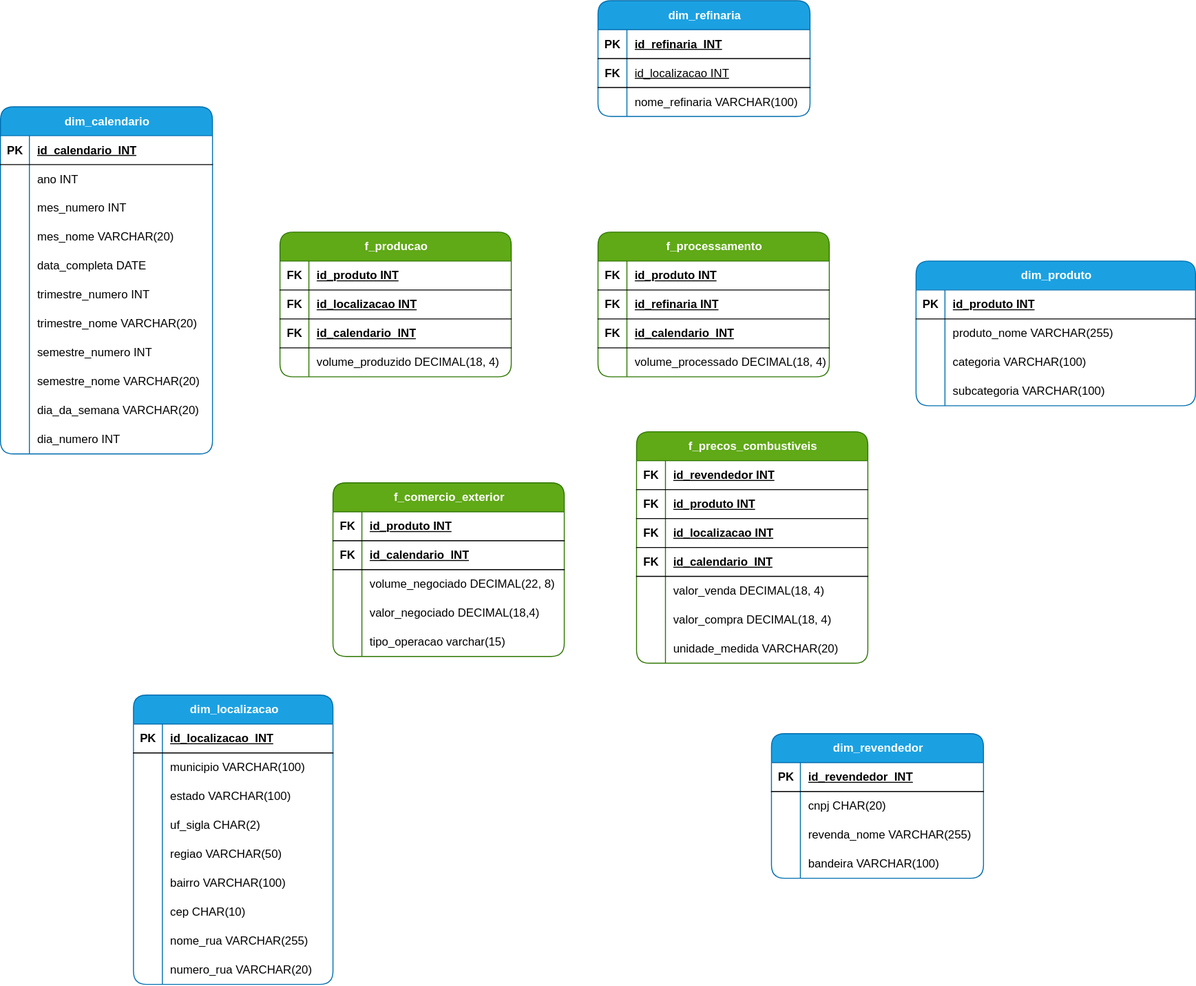
The draw.io diagram Assets/SchemaDados.drawio.svg in marlonportotorres4/Projeto-dados-Estagio-supervisionado, before a commit. Source tidied: cells renumbered, new cells last; positions are measured from the earlier drawing's top-left corner, leaving out a move shared by most shapes.
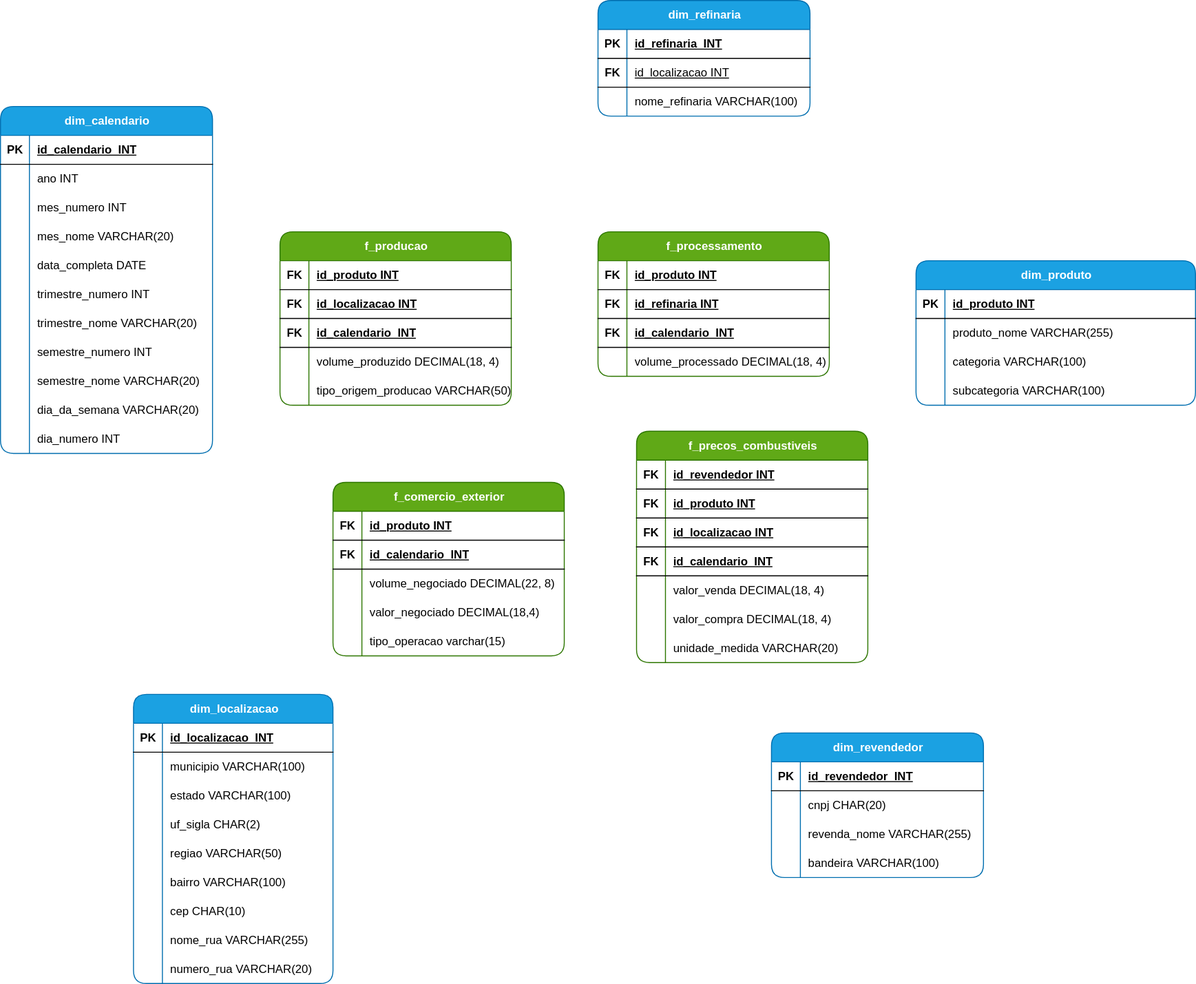
After the change.

Commit message:
:bug: fix: Correção da tabela f_producao

Diff of the diagram source:
```diff
@@ -336,7 +336,7 @@
       <mxGeometry x="30" width="210" height="30" as="geometry" />
     </mxCell>
     <mxCell id="113" value="f_producao" style="shape=table;startSize=30;rowLines=0;fontStyle=1;align=center;html=1;swimlaneFillColor=default;rounded=1;shadow=0;strokeWidth=1;perimeterSpacing=1;fillColor=#60a917;strokeColor=#2D7600;fontSize=12;spacingTop=0;fontColor=#ffffff;" parent="1" vertex="1">
-      <mxGeometry x="290" y="240" width="240" height="150" as="geometry" />
+      <mxGeometry x="290" y="240" width="240" height="180" as="geometry" />
     </mxCell>
     <mxCell id="114" style="shape=tableRow;horizontal=0;startSize=0;swimlaneHead=0;swimlaneBody=0;fillColor=none;top=0;left=0;right=0;bottom=1;" parent="113" vertex="1">
       <mxGeometry y="30" width="240" height="30" as="geometry" />
@@ -374,6 +374,15 @@
     <mxCell id="125" value="volume_produzido DECIMAL(18, 4)" style="shape=partialRectangle;fillColor=none;top=0;left=0;bottom=0;right=0;align=left;spacingLeft=6;overflow=hidden;whiteSpace=wrap;html=1;" parent="123" vertex="1">
       <mxGeometry x="30" width="210" height="30" as="geometry" />
     </mxCell>
+    <mxCell id="164" style="shape=tableRow;horizontal=0;startSize=0;swimlaneHead=0;swimlaneBody=0;fillColor=none;top=0;left=0;right=0;bottom=0;" parent="113" vertex="1">
+      <mxGeometry y="150" width="240" height="30" as="geometry" />
+    </mxCell>
+    <mxCell id="165" style="shape=partialRectangle;fillColor=none;top=0;left=0;bottom=0;right=0;overflow=hidden;whiteSpace=wrap;html=1;" parent="164" vertex="1">
+      <mxGeometry width="30" height="30" as="geometry" />
+    </mxCell>
+    <mxCell id="166" value="tipo_origem_producao VARCHAR(50)" style="shape=partialRectangle;fillColor=none;top=0;left=0;bottom=0;right=0;align=left;spacingLeft=6;overflow=hidden;whiteSpace=wrap;html=1;" parent="164" vertex="1">
+      <mxGeometry x="30" width="210" height="30" as="geometry" />
+    </mxCell>
     <mxCell id="126" value="f_comercio_exterior" style="shape=table;startSize=30;rowLines=0;fontStyle=1;align=center;html=1;swimlaneFillColor=default;rounded=1;shadow=0;strokeWidth=1;perimeterSpacing=1;fillColor=#60a917;strokeColor=#2D7600;fontSize=12;spacingTop=0;fontColor=#ffffff;" parent="1" vertex="1">
       <mxGeometry x="345" y="500" width="240" height="180" as="geometry" />
     </mxCell>
```
